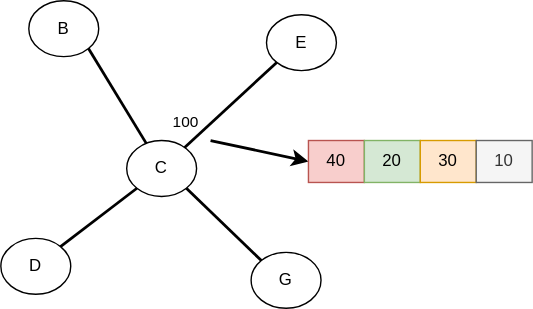
jujubos/drawio keeps this draw.io diagram as multi-channel.drawio.svg. Above is the earlier version. Source tidied: cells renumbered, new cells last; positions are measured from the earlier drawing's top-left corner, leaving out a move shared by most shapes.
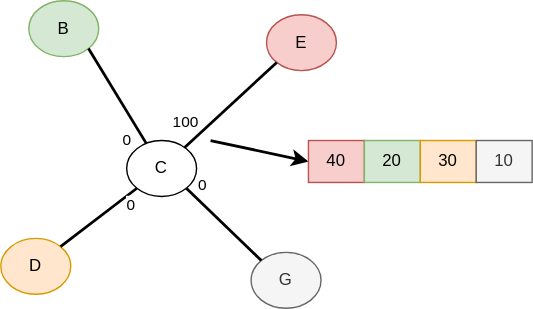
After the change.

What changed in the source:
```diff
@@ -5,16 +5,16 @@
     <mxCell id="2" value="C" style="ellipse;whiteSpace=wrap;html=1;" parent="1" vertex="1">
       <mxGeometry x="90" y="100" width="50" height="40" as="geometry" />
     </mxCell>
-    <mxCell id="3" value="E" style="ellipse;whiteSpace=wrap;html=1;" parent="1" vertex="1">
+    <mxCell id="3" value="E" style="ellipse;whiteSpace=wrap;html=1;fillColor=#f8cecc;strokeColor=#b85450;" parent="1" vertex="1">
       <mxGeometry x="190" y="10" width="50" height="40" as="geometry" />
     </mxCell>
-    <mxCell id="4" value="B" style="ellipse;whiteSpace=wrap;html=1;" parent="1" vertex="1">
+    <mxCell id="4" value="B" style="ellipse;whiteSpace=wrap;html=1;fillColor=#d5e8d4;strokeColor=#82b366;" parent="1" vertex="1">
       <mxGeometry x="20" width="50" height="40" as="geometry" />
     </mxCell>
-    <mxCell id="5" value="D" style="ellipse;whiteSpace=wrap;html=1;" parent="1" vertex="1">
+    <mxCell id="5" value="D" style="ellipse;whiteSpace=wrap;html=1;fillColor=#ffe6cc;strokeColor=#d79b00;" parent="1" vertex="1">
       <mxGeometry y="170" width="50" height="40" as="geometry" />
     </mxCell>
-    <mxCell id="6" value="G" style="ellipse;whiteSpace=wrap;html=1;" parent="1" vertex="1">
+    <mxCell id="6" value="G" style="ellipse;whiteSpace=wrap;html=1;fillColor=#f5f5f5;fontColor=#333333;strokeColor=#666666;" parent="1" vertex="1">
       <mxGeometry x="179" y="180" width="50" height="40" as="geometry" />
     </mxCell>
     <mxCell id="7" style="endArrow=none;html=1;rounded=0;entryX=0;entryY=1;entryDx=0;entryDy=0;strokeWidth=2;" parent="1" edge="1" source="2" target="3">
@@ -28,12 +28,27 @@
     <mxCell id="9" style="endArrow=none;html=1;rounded=0;entryX=1;entryY=1;entryDx=0;entryDy=0;strokeWidth=2;" parent="1" edge="1" source="2" target="4">
       <mxGeometry relative="1" as="geometry" />
     </mxCell>
+    <mxCell id="17" value="0" style="edgeLabel;html=1;align=center;verticalAlign=middle;" parent="9" vertex="1">
+      <mxGeometry x="-0.55" relative="1" as="geometry">
+        <mxPoint x="-5" y="13" as="offset" />
+      </mxGeometry>
+    </mxCell>
     <mxCell id="10" style="endArrow=none;html=1;rounded=0;entryX=0;entryY=1;entryDx=0;entryDy=0;strokeWidth=2;exitX=1;exitY=0;exitDx=0;exitDy=0;" parent="1" edge="1" source="5" target="2">
       <mxGeometry relative="1" as="geometry" />
     </mxCell>
+    <mxCell id="18" value="0" style="edgeLabel;html=1;align=center;verticalAlign=middle;" parent="10" vertex="1">
+      <mxGeometry x="0.59" y="4" relative="1" as="geometry">
+        <mxPoint x="9" y="6" as="offset" />
+      </mxGeometry>
+    </mxCell>
     <mxCell id="11" style="endArrow=none;html=1;rounded=0;entryX=0;entryY=0;entryDx=0;entryDy=0;strokeWidth=2;exitX=1;exitY=1;exitDx=0;exitDy=0;" parent="1" edge="1" source="2" target="6">
       <mxGeometry relative="1" as="geometry" />
     </mxCell>
+    <mxCell id="19" value="0" style="edgeLabel;html=1;align=center;verticalAlign=middle;" parent="11" vertex="1">
+      <mxGeometry x="-0.46" y="1" relative="1" as="geometry">
+        <mxPoint x="-4" y="-16" as="offset" />
+      </mxGeometry>
+    </mxCell>
     <mxCell id="12" style="endArrow=classic;html=1;rounded=0;strokeWidth=2;entryX=0;entryY=0.5;entryDx=0;entryDy=0;" parent="1" edge="1">
       <mxGeometry relative="1" as="geometry">
         <mxPoint x="150" y="100" as="sourcePoint" />
```
